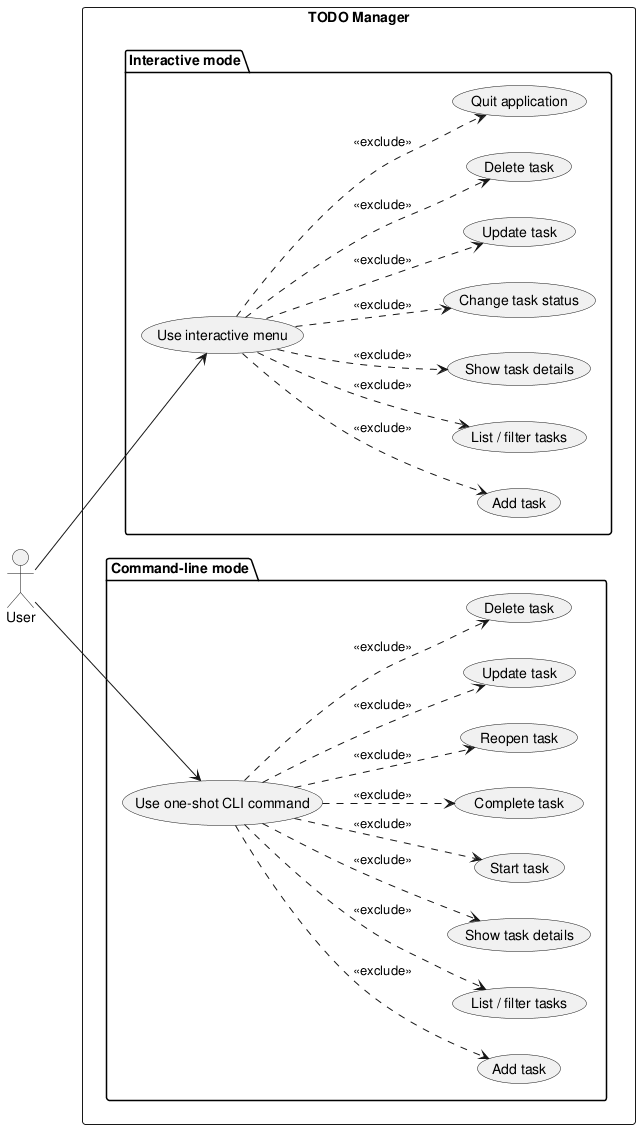
Before: experiments/broadcast/structured_text/TODO/artifacts/use_case_diagram.png, a diagram exported from PlantUML (DanielRiha8906/Software_autoevolution_using_agents). Source of this version:
```plantuml
@startuml use_case_diagram

left to right direction

actor User

rectangle "TODO Manager" {

  package "Interactive mode" {
    usecase "Use interactive menu" as UI
    usecase "Add task" as I_ADD
    usecase "List / filter tasks" as I_LIST
    usecase "Show task details" as I_SHOW
    usecase "Change task status" as I_STATUS
    usecase "Update task" as I_UPDATE
    usecase "Delete task" as I_DELETE
    usecase "Quit application" as I_QUIT
  }

  package "Command-line mode" {
    usecase "Use one-shot CLI command" as CLI
    usecase "Add task" as C_ADD
    usecase "List / filter tasks" as C_LIST
    usecase "Show task details" as C_SHOW
    usecase "Start task" as C_START
    usecase "Complete task" as C_DONE
    usecase "Reopen task" as C_REOPEN
    usecase "Update task" as C_UPDATE
    usecase "Delete task" as C_DELETE
  }
}

User --> UI
User --> CLI

UI ..> I_ADD    : <<exclude>>
UI ..> I_LIST   : <<exclude>>
UI ..> I_SHOW   : <<exclude>>
UI ..> I_STATUS : <<exclude>>
UI ..> I_UPDATE : <<exclude>>
UI ..> I_DELETE : <<exclude>>
UI ..> I_QUIT   : <<exclude>>

CLI ..> C_ADD    : <<exclude>>
CLI ..> C_LIST   : <<exclude>>
CLI ..> C_SHOW   : <<exclude>>
CLI ..> C_START  : <<exclude>>
CLI ..> C_DONE   : <<exclude>>
CLI ..> C_REOPEN : <<exclude>>
CLI ..> C_UPDATE : <<exclude>>
CLI ..> C_DELETE : <<exclude>>

@enduml
```
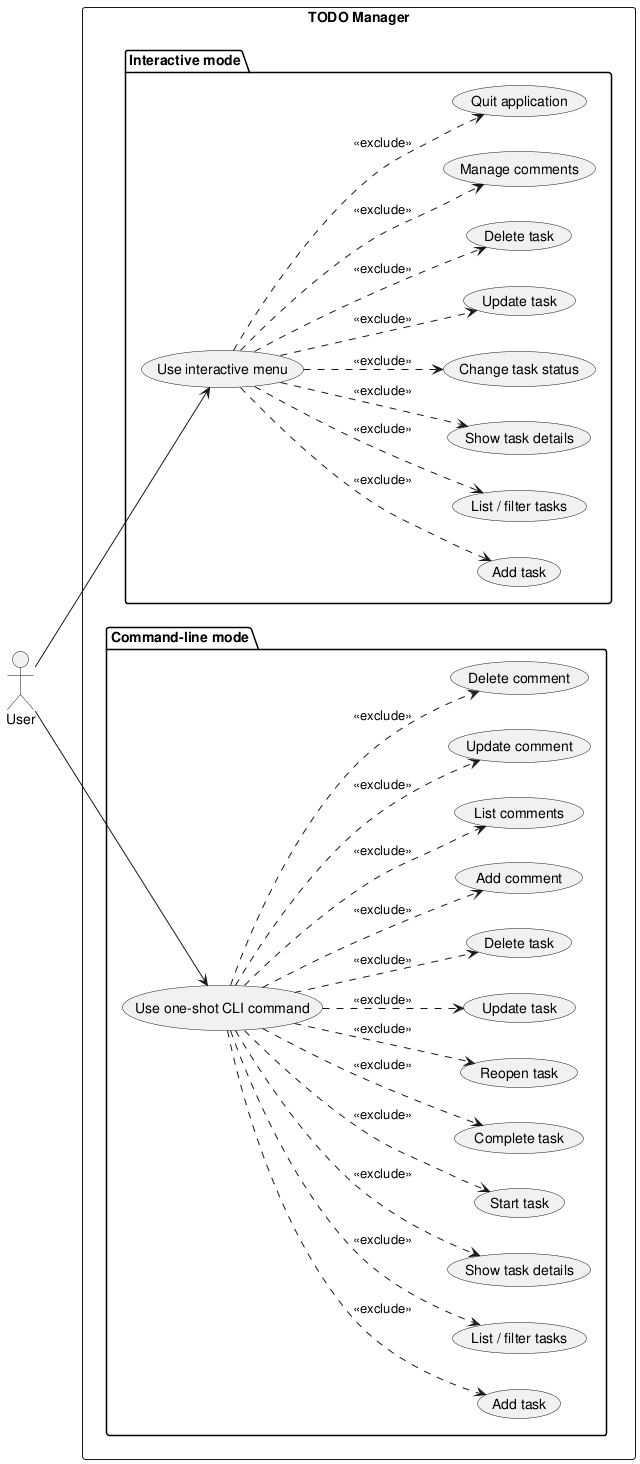
Later version of the same file.

The edit, as a diff of the source:
```diff
@@ -14,6 +14,7 @@
     usecase "Change task status" as I_STATUS
     usecase "Update task" as I_UPDATE
     usecase "Delete task" as I_DELETE
+    usecase "Manage comments" as I_COMMENTS
     usecase "Quit application" as I_QUIT
   }
 
@@ -27,6 +28,10 @@
     usecase "Reopen task" as C_REOPEN
     usecase "Update task" as C_UPDATE
     usecase "Delete task" as C_DELETE
+    usecase "Add comment" as C_ADD_COMMENT
+    usecase "List comments" as C_LIST_COMMENTS
+    usecase "Update comment" as C_UPDATE_COMMENT
+    usecase "Delete comment" as C_DELETE_COMMENT
   }
 }
 
@@ -39,6 +44,7 @@
 UI ..> I_STATUS : <<exclude>>
 UI ..> I_UPDATE : <<exclude>>
 UI ..> I_DELETE : <<exclude>>
+UI ..> I_COMMENTS : <<exclude>>
 UI ..> I_QUIT   : <<exclude>>
 
 CLI ..> C_ADD    : <<exclude>>
@@ -49,5 +55,9 @@
 CLI ..> C_REOPEN : <<exclude>>
 CLI ..> C_UPDATE : <<exclude>>
 CLI ..> C_DELETE : <<exclude>>
+CLI ..> C_ADD_COMMENT : <<exclude>>
+CLI ..> C_LIST_COMMENTS : <<exclude>>
+CLI ..> C_UPDATE_COMMENT : <<exclude>>
+CLI ..> C_DELETE_COMMENT : <<exclude>>
 
 @enduml
```
